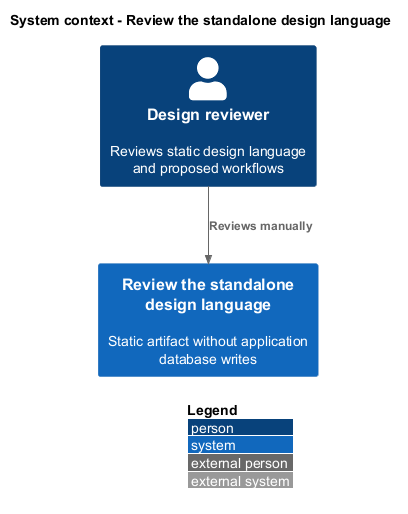
Before: docs/detailed-designs/artifacts/review-design-language/diagrams/c4-context.png, a diagram exported from PlantUML (QuinntyneBrown/mission-control).
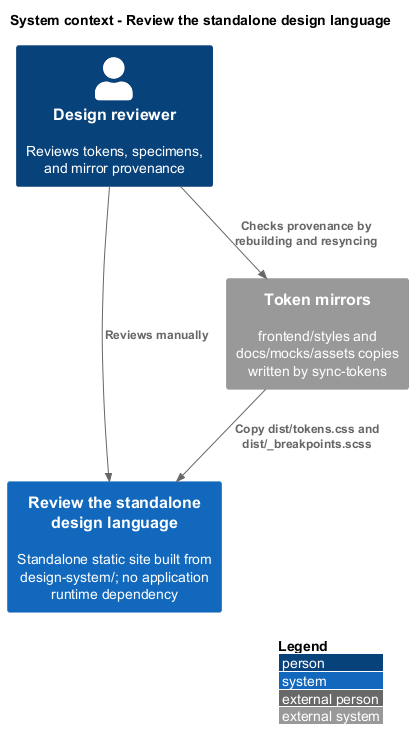
Above is the later version.

The edit, as a diff of the source:
```diff
@@ -2,7 +2,10 @@
 !include <C4/C4_Context>
 LAYOUT_WITH_LEGEND()
 title System context - Review the standalone design language
-Person(reviewer, "Design reviewer", "Reviews static design language and proposed workflows")
-System(artifact, "Review the standalone design language", "Static artifact without application database writes")
+Person(reviewer, "Design reviewer", "Reviews tokens, specimens, and mirror provenance")
+System(artifact, "Review the standalone design language", "Standalone static site built from design-system/; no application runtime dependency")
+System_Ext(consumers, "Token mirrors", "frontend/styles and docs/mocks/assets copies written by sync-tokens")
 Rel(reviewer, artifact, "Reviews manually")
+Rel(consumers, artifact, "Copy dist/tokens.css and dist/_breakpoints.scss")
+Rel(reviewer, consumers, "Checks provenance by rebuilding and resyncing")
 @enduml
```
